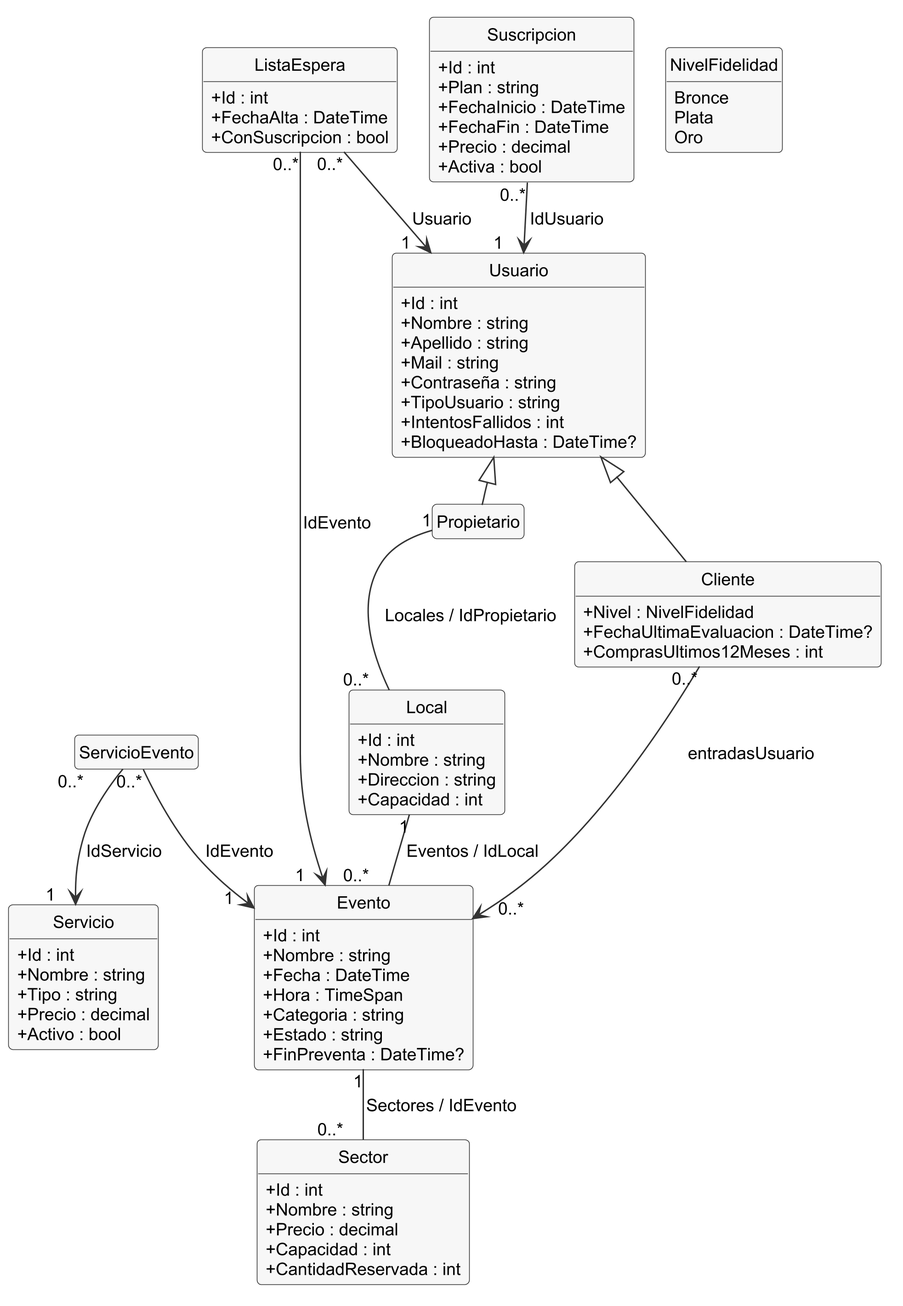
This is docs/diagramas/clases-1-dominio-catalogo.png from MaximoAmbro/TrabajoDeDiploma, a PlantUML export, as it was before one commit. Its diagram source:
```plantuml
@startuml clases-1-dominio-catalogo
skinparamlocked dpi 300
!include _estilo.iuml
skinparam nodesep 22
skinparam ranksep 32
hide empty members

class Usuario {
  + Id : int
  + Nombre : string
  + Apellido : string
  + Mail : string
  + Contraseña : string
  + TipoUsuario : string
  + IntentosFallidos : int
  + BloqueadoHasta : DateTime?
}
class Cliente {
  + Nivel : NivelFidelidad
  + FechaUltimaEvaluacion : DateTime?
  + ComprasUltimos12Meses : int
}
class Propietario
class Local {
  + Id : int
  + Nombre : string
  + Direccion : string
  + Capacidad : int
}
class Evento {
  + Id : int
  + Nombre : string
  + Fecha : DateTime
  + Hora : TimeSpan
  + Categoria : string
  + Estado : string
  + FinPreventa : DateTime?
}
class Sector {
  + Id : int
  + Nombre : string
  + Precio : decimal
  + Capacidad : int
  + CantidadReservada : int
}
class Servicio {
  + Id : int
  + Nombre : string
  + Tipo : string
  + Precio : decimal
  + Activo : bool
}
class ServicioEvento
class Suscripcion {
  + Id : int
  + Plan : string
  + FechaInicio : DateTime
  + FechaFin : DateTime
  + Precio : decimal
  + Activa : bool
}
class ListaEspera {
  + Id : int
  + FechaAlta : DateTime
  + ConSuscripcion : bool
}
enum NivelFidelidad {
  Bronce
  Plata
  Oro
}

Usuario <|-- Cliente
Usuario <|-- Propietario
Propietario "1" -- "0..*$_" Local : Locales / IdPropietario
Local "1" -- "0..*$_" Evento : Eventos / IdLocal
Cliente "0..*" --> "$_ 0..*" Evento : entradasUsuario
Evento "1" -- "0..*$_" Sector : Sectores / IdEvento
ServicioEvento "0..*" --> "1$_" Evento : IdEvento
ServicioEvento "0..*$_$_" --> "1$_" Servicio : IdServicio
Suscripcion "0..*" --> "1$_" Usuario : IdUsuario
ListaEspera "0..*" --> "1$_" Evento : IdEvento
ListaEspera "0..*" --> "1$_" Usuario : Usuario
@enduml
```
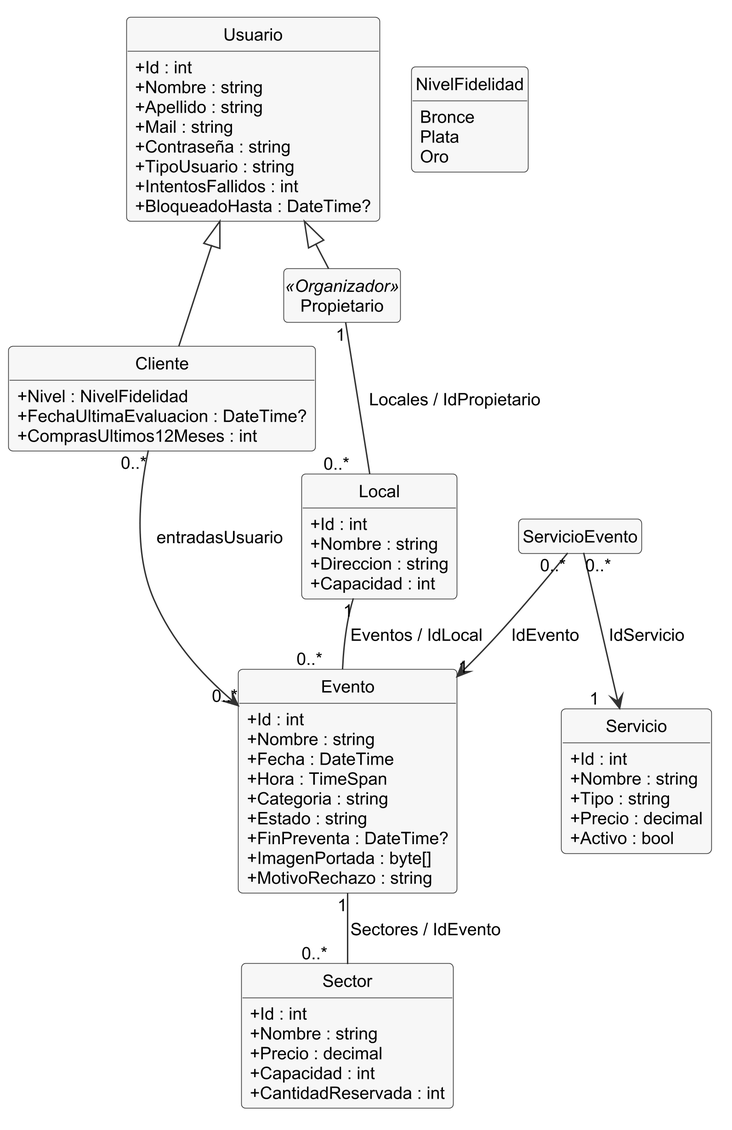
Above is the later version.

What changed in the source:
```diff
@@ -20,7 +20,7 @@
   + FechaUltimaEvaluacion : DateTime?
   + ComprasUltimos12Meses : int
 }
-class Propietario
+class Propietario <<Organizador>>
 class Local {
   + Id : int
   + Nombre : string
@@ -35,6 +35,8 @@
   + Categoria : string
   + Estado : string
   + FinPreventa : DateTime?
+  + ImagenPortada : byte[]
+  + MotivoRechazo : string
 }
 class Sector {
   + Id : int
@@ -51,19 +53,6 @@
   + Activo : bool
 }
 class ServicioEvento
-class Suscripcion {
-  + Id : int
-  + Plan : string
-  + FechaInicio : DateTime
-  + FechaFin : DateTime
-  + Precio : decimal
-  + Activa : bool
-}
-class ListaEspera {
-  + Id : int
-  + FechaAlta : DateTime
-  + ConSuscripcion : bool
-}
 enum NivelFidelidad {
   Bronce
   Plata
@@ -78,7 +67,4 @@
 Evento "1" -- "0..*$_" Sector : Sectores / IdEvento
 ServicioEvento "0..*" --> "1$_" Evento : IdEvento
 ServicioEvento "0..*$_$_" --> "1$_" Servicio : IdServicio
-Suscripcion "0..*" --> "1$_" Usuario : IdUsuario
-ListaEspera "0..*" --> "1$_" Evento : IdEvento
-ListaEspera "0..*" --> "1$_" Usuario : Usuario
 @enduml
```
